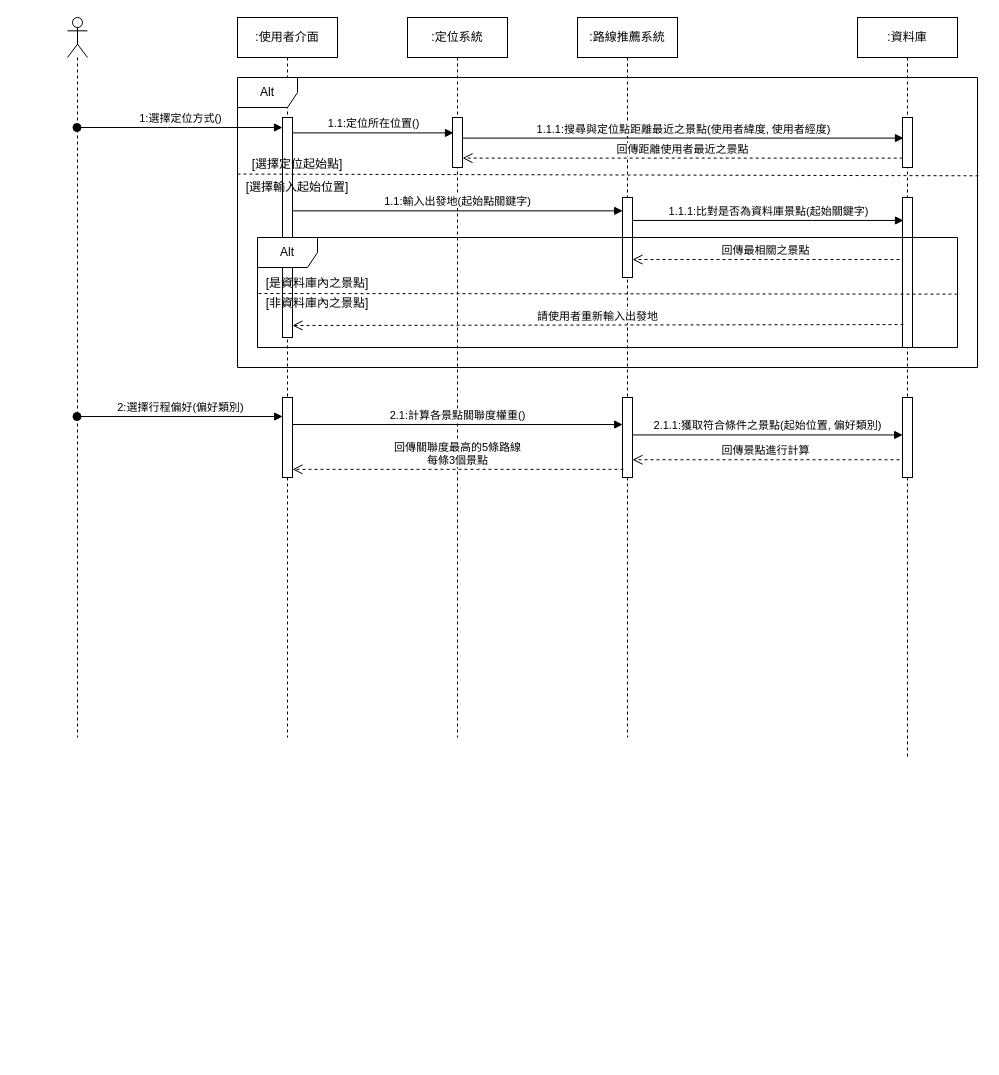
This is page "Page-3" (3 of 3) of ActivityDiagram.drawio from Niomoo/PeteBudaeJjigae, a draw.io file, before an edit. Source tidied: cells renumbered, new cells numbered last; positions are measured from the earlier drawing's top-left corner, leaving out a move shared by most shapes. Both pictures are drawn from the tidied source at 100%, with x=0, y=0 at pixel (67, 17).
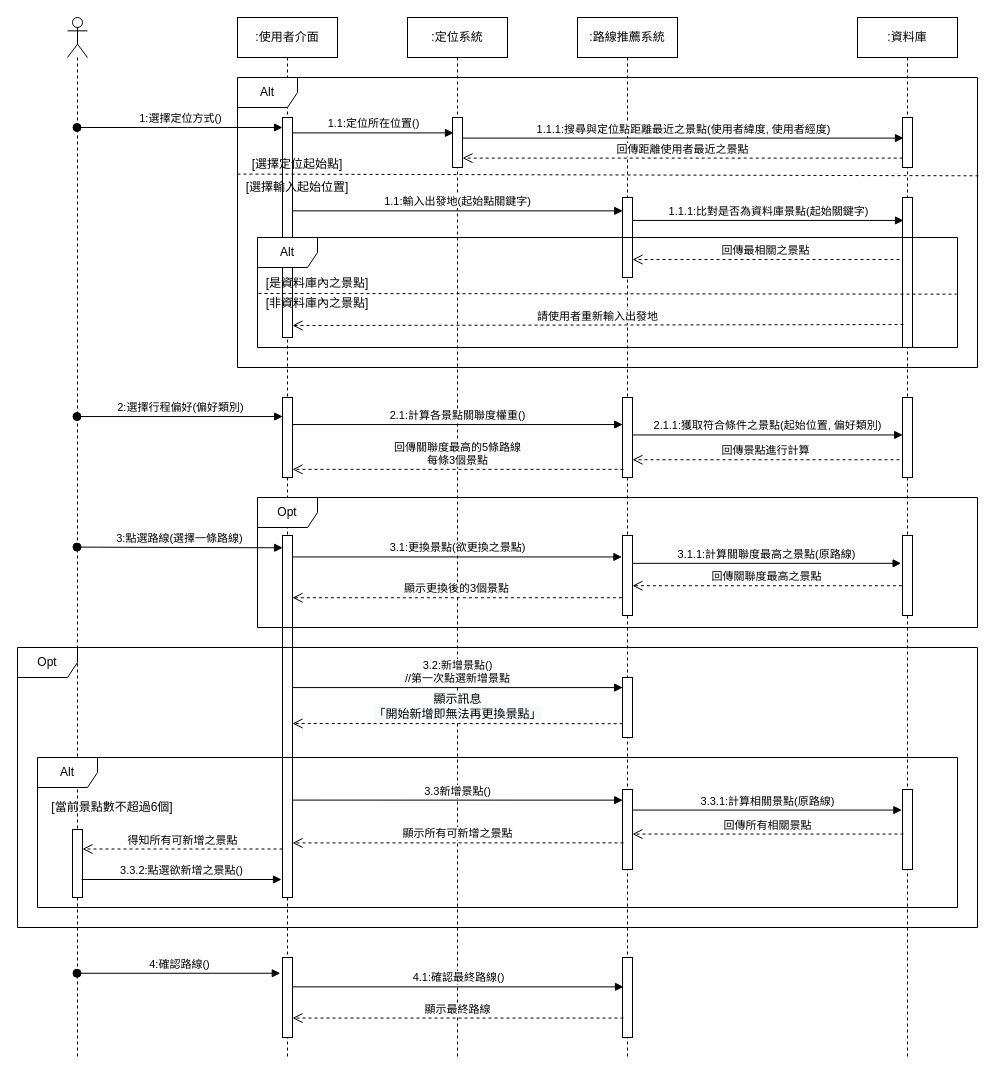
After the change.

Commit message:
Finish sequence diagram

Diff of the diagram source:
```diff
@@
     <mxCell id="2" style="shape=umlLifeline;participant=umlActor;perimeter=lifelinePerimeter;whiteSpace=wrap;html=1;verticalAlign=top;spacingTop=36;outlineConnect=0;" parent="1" vertex="1">
-      <mxGeometry width="20" height="720" as="geometry" />
+      <mxGeometry width="20" height="1040" as="geometry" />
     </mxCell>
+    <mxCell id="36" style="html=1;points=[];perimeter=orthogonalPerimeter;" parent="2" vertex="1">
+      <mxGeometry x="5" y="812" width="10" height="68" as="geometry" />
+    </mxCell>
     <mxCell id="3" value=":使用者介面" style="shape=umlLifeline;perimeter=lifelinePerimeter;whiteSpace=wrap;html=1;" parent="1" vertex="1">
-      <mxGeometry x="170" width="100" height="720" as="geometry" />
+      <mxGeometry x="170" width="100" height="1040" as="geometry" />
     </mxCell>
@@
+    <mxCell id="37" style="html=1;points=[];perimeter=orthogonalPerimeter;" parent="3" vertex="1">
+      <mxGeometry x="45" y="518" width="10" height="362" as="geometry" />
+    </mxCell>
+    <mxCell id="38" style="html=1;points=[];perimeter=orthogonalPerimeter;" parent="3" vertex="1">
+      <mxGeometry x="45" y="940" width="10" height="80" as="geometry" />
+    </mxCell>
     <mxCell id="5" value=":定位系統" style="shape=umlLifeline;perimeter=lifelinePerimeter;whiteSpace=wrap;html=1;" parent="1" vertex="1">
-      <mxGeometry x="340" width="100" height="720" as="geometry" />
+      <mxGeometry x="340" width="100" height="1040" as="geometry" />
     </mxCell>
@@
     <mxCell id="7" value=":路線推薦系統" style="shape=umlLifeline;perimeter=lifelinePerimeter;whiteSpace=wrap;html=1;" parent="1" vertex="1">
-      <mxGeometry x="510" width="100" height="720" as="geometry" />
+      <mxGeometry x="510" width="100" height="1040" as="geometry" />
     </mxCell>
@@
+    <mxCell id="39" style="html=1;points=[];perimeter=orthogonalPerimeter;" parent="7" vertex="1">
+      <mxGeometry x="45" y="518" width="10" height="80" as="geometry" />
+    </mxCell>
+    <mxCell id="40" style="html=1;points=[];perimeter=orthogonalPerimeter;" parent="7" vertex="1">
+      <mxGeometry x="45" y="660" width="10" height="60" as="geometry" />
+    </mxCell>
+    <mxCell id="41" style="html=1;points=[];perimeter=orthogonalPerimeter;" parent="7" vertex="1">
+      <mxGeometry x="45" y="772" width="10" height="80" as="geometry" />
+    </mxCell>
+    <mxCell id="42" style="html=1;points=[];perimeter=orthogonalPerimeter;" parent="7" vertex="1">
+      <mxGeometry x="45" y="940" width="10" height="80" as="geometry" />
+    </mxCell>
     <mxCell id="10" value=":資料庫" style="shape=umlLifeline;perimeter=lifelinePerimeter;whiteSpace=wrap;html=1;" parent="1" vertex="1">
-      <mxGeometry x="790" width="100" height="740" as="geometry" />
+      <mxGeometry x="790" width="100" height="1040" as="geometry" />
     </mxCell>
@@
+    <mxCell id="43" style="html=1;points=[];perimeter=orthogonalPerimeter;" parent="10" vertex="1">
+      <mxGeometry x="45" y="518" width="10" height="80" as="geometry" />
+    </mxCell>
+    <mxCell id="44" style="html=1;points=[];perimeter=orthogonalPerimeter;" parent="10" vertex="1">
+      <mxGeometry x="45" y="772" width="10" height="80" as="geometry" />
+    </mxCell>
@@
+    <mxCell id="45" value="3:點選路線(選擇一條路線)" style="html=1;verticalAlign=bottom;startArrow=oval;endArrow=block;startSize=8;entryX=0.02;entryY=0.034;entryDx=0;entryDy=0;entryPerimeter=0;" parent="1" edge="1" target="37">
+      <mxGeometry relative="1" as="geometry">
+        <mxPoint x="9.5" y="529.6" as="sourcePoint" />
+      </mxGeometry>
+    </mxCell>
+    <mxCell id="46" value="3.1:更換景點(欲更換之景點)" style="html=1;verticalAlign=bottom;endArrow=block;entryX=-0.06;entryY=0.268;entryDx=0;entryDy=0;entryPerimeter=0;" parent="1" edge="1" source="37" target="39">
+      <mxGeometry relative="1" as="geometry" />
+    </mxCell>
+    <mxCell id="47" value="3.1.1:計算關聯度最高之景點(原路線)" style="html=1;verticalAlign=bottom;endArrow=block;entryX=-0.14;entryY=0.348;entryDx=0;entryDy=0;entryPerimeter=0;" parent="1" edge="1" source="39" target="43">
+      <mxGeometry relative="1" as="geometry" />
+    </mxCell>
+    <mxCell id="48" value="回傳關聯度最高之景點" style="html=1;verticalAlign=bottom;endArrow=open;dashed=1;endSize=8;exitX=-0.06;exitY=0.628;exitDx=0;exitDy=0;exitPerimeter=0;" parent="1" edge="1" source="43" target="39">
+      <mxGeometry relative="1" as="geometry" />
+    </mxCell>
+    <mxCell id="49" value="顯示更換後的3個景點" style="html=1;verticalAlign=bottom;endArrow=open;dashed=1;endSize=8;exitX=-0.06;exitY=0.778;exitDx=0;exitDy=0;exitPerimeter=0;" parent="1" edge="1" source="39" target="37">
+      <mxGeometry relative="1" as="geometry" />
+    </mxCell>
+    <mxCell id="50" value="3.2:新增景點()&lt;br&gt;//第一次點選新增景點" style="html=1;verticalAlign=bottom;endArrow=block;entryX=0.02;entryY=0.168;entryDx=0;entryDy=0;entryPerimeter=0;" parent="1" edge="1" source="37" target="40">
+      <mxGeometry relative="1" as="geometry" />
+    </mxCell>
+    <mxCell id="51" value="3.3新增景點()" style="html=1;verticalAlign=bottom;endArrow=block;entryX=0.02;entryY=0.133;entryDx=0;entryDy=0;entryPerimeter=0;" parent="1" edge="1" target="41">
+      <mxGeometry relative="1" as="geometry">
+        <mxPoint x="225" y="782.6" as="sourcePoint" />
+      </mxGeometry>
+    </mxCell>
+    <mxCell id="52" value="顯示所有可新增之景點" style="html=1;verticalAlign=bottom;endArrow=open;dashed=1;endSize=8;exitX=0.1;exitY=0.667;exitDx=0;exitDy=0;exitPerimeter=0;" parent="1" edge="1" source="41">
+      <mxGeometry relative="1" as="geometry">
+        <mxPoint x="225" y="825.4" as="targetPoint" />
+      </mxGeometry>
+    </mxCell>
+    <mxCell id="53" value="3.3.1:計算相關景點(原路線)" style="html=1;verticalAlign=bottom;endArrow=block;entryX=-0.06;entryY=0.257;entryDx=0;entryDy=0;entryPerimeter=0;" parent="1" edge="1" source="41" target="44">
+      <mxGeometry relative="1" as="geometry" />
+    </mxCell>
+    <mxCell id="54" value="回傳所有相關景點" style="html=1;verticalAlign=bottom;endArrow=open;dashed=1;endSize=8;exitX=0.1;exitY=0.557;exitDx=0;exitDy=0;exitPerimeter=0;" parent="1" edge="1" source="44" target="41">
+      <mxGeometry relative="1" as="geometry" />
+    </mxCell>
+    <mxCell id="55" value="得知所有可新增之景點" style="html=1;verticalAlign=bottom;endArrow=open;dashed=1;endSize=8;" parent="1" edge="1" target="36">
+      <mxGeometry relative="1" as="geometry">
+        <mxPoint x="215" y="831.5" as="sourcePoint" />
+      </mxGeometry>
+    </mxCell>
+    <mxCell id="56" value="3.3.2:點選欲新增之景點()" style="html=1;verticalAlign=bottom;endArrow=block;" parent="1" edge="1">
+      <mxGeometry relative="1" as="geometry">
+        <mxPoint x="14" y="862" as="sourcePoint" />
+        <mxPoint x="214" y="862" as="targetPoint" />
+      </mxGeometry>
+    </mxCell>
+    <mxCell id="57" value="&lt;span style=&quot;font-size: 12px ; background-color: rgb(248 , 249 , 250)&quot;&gt;顯示訊息&lt;/span&gt;&lt;br style=&quot;font-size: 12px ; background-color: rgb(248 , 249 , 250)&quot;&gt;&lt;span style=&quot;font-size: 12px ; background-color: rgb(248 , 249 , 250)&quot;&gt;「開始新增即無法再更換景點」&lt;/span&gt;" style="html=1;verticalAlign=bottom;endArrow=open;dashed=1;endSize=8;exitX=0.02;exitY=0.77;exitDx=0;exitDy=0;exitPerimeter=0;" parent="1" edge="1" source="40">
+      <mxGeometry relative="1" as="geometry">
+        <mxPoint x="225" y="706" as="targetPoint" />
+      </mxGeometry>
+    </mxCell>
+    <mxCell id="58" value="Opt" style="shape=umlFrame;whiteSpace=wrap;html=1;" parent="1" vertex="1">
+      <mxGeometry x="190" y="480" width="720" height="130" as="geometry" />
+    </mxCell>
+    <mxCell id="59" value="Alt" style="shape=umlFrame;whiteSpace=wrap;html=1;" parent="1" vertex="1">
+      <mxGeometry x="-30" y="740" width="920" height="150" as="geometry" />
+    </mxCell>
+    <mxCell id="60" value="Opt" style="shape=umlFrame;whiteSpace=wrap;html=1;" parent="1" vertex="1">
+      <mxGeometry x="-50" y="630" width="960" height="280" as="geometry" />
+    </mxCell>
+    <mxCell id="61" value="[當前景點數不超過6個]" style="text;html=1;strokeColor=none;fillColor=none;align=center;verticalAlign=middle;whiteSpace=wrap;rounded=0;" parent="1" vertex="1">
+      <mxGeometry x="-20" y="780" width="130" height="20" as="geometry" />
+    </mxCell>
+    <mxCell id="62" value="4:確認路線()" style="html=1;verticalAlign=bottom;startArrow=oval;endArrow=block;startSize=8;entryX=-0.22;entryY=0.197;entryDx=0;entryDy=0;entryPerimeter=0;" parent="1" edge="1" source="2" target="38">
+      <mxGeometry relative="1" as="geometry" />
+    </mxCell>
+    <mxCell id="63" value="4.1:確認最終路線()" style="html=1;verticalAlign=bottom;endArrow=block;entryX=0.1;entryY=0.367;entryDx=0;entryDy=0;entryPerimeter=0;" parent="1" edge="1" source="38" target="42">
+      <mxGeometry relative="1" as="geometry" />
+    </mxCell>
+    <mxCell id="64" value="顯示最終路線" style="html=1;verticalAlign=bottom;endArrow=open;dashed=1;endSize=8;exitX=0.1;exitY=0.757;exitDx=0;exitDy=0;exitPerimeter=0;" parent="1" edge="1" source="42" target="38">
+      <mxGeometry relative="1" as="geometry" />
+    </mxCell>
```
